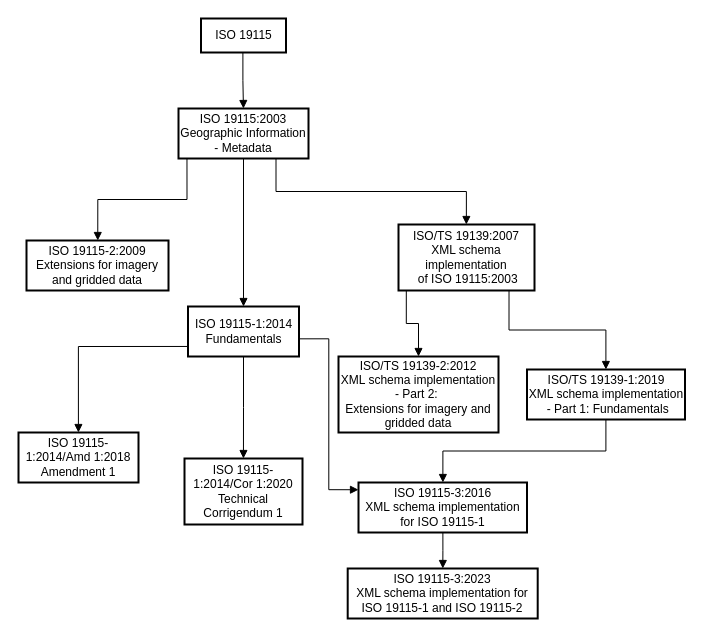
Above: metadata_flow.drawio in sudikin/local-sdi (draw.io), before the change. Source tidied: cells renumbered, new cells numbered last; positions are measured from the earlier drawing's top-left corner, leaving out a move shared by most shapes. Both pictures are drawn from the tidied source at 100%, with x=0, y=0 at pixel (18, 18).
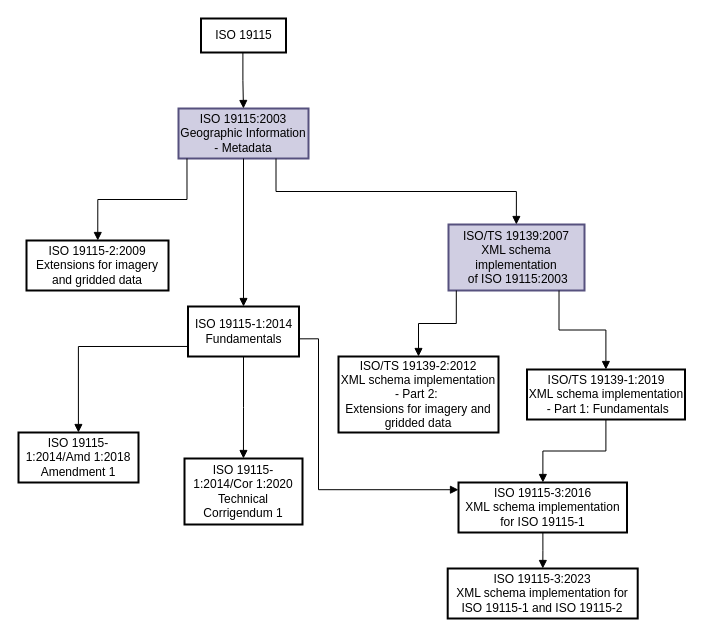
The same diagram, later.

Commit message:
Change in the colour of the box used by geonetwork

Unchanged cells that the change refers to:
```xml
<mxCell id="4" value="ISO 19115-1:2014&#10;Fundamentals" style="whiteSpace=wrap;strokeWidth=2;labelBackgroundColor=none;" parent="1" vertex="1">
  <mxGeometry x="169.5" y="288" width="111" height="50" as="geometry" />
</mxCell>
```

What changed in the source:
```diff
@@
-    <mxCell id="3" value="ISO 19115:2003&#10;Geographic Information - Metadata" style="whiteSpace=wrap;strokeWidth=2;labelBackgroundColor=none;" parent="1" vertex="1">
+    <mxCell id="3" value="ISO 19115:2003&#10;Geographic Information - Metadata" style="whiteSpace=wrap;strokeWidth=2;labelBackgroundColor=none;fillColor=#d0cee2;strokeColor=#56517e;" parent="1" vertex="1">
       <mxGeometry x="160" y="90" width="130" height="50" as="geometry" />
     </mxCell>
@@
-    <mxCell id="8" value="ISO/TS 19139:2007&#10;XML schema implementation&#10; of ISO 19115:2003" style="whiteSpace=wrap;strokeWidth=2;labelBackgroundColor=none;" parent="1" vertex="1">
-      <mxGeometry x="380" y="206" width="136" height="66" as="geometry" />
+    <mxCell id="8" value="ISO/TS 19139:2007&#10;XML schema implementation&#10; of ISO 19115:2003" style="whiteSpace=wrap;strokeWidth=2;labelBackgroundColor=none;fillColor=#d0cee2;strokeColor=#56517e;" parent="1" vertex="1">
+      <mxGeometry x="430" y="206" width="136" height="66" as="geometry" />
     </mxCell>
@@
     <mxCell id="11" value="ISO 19115-3:2016&#10;XML schema implementation for ISO 19115-1" style="whiteSpace=wrap;strokeWidth=2;labelBackgroundColor=none;" parent="1" vertex="1">
-      <mxGeometry x="340" y="464" width="168.5" height="50" as="geometry" />
+      <mxGeometry x="440" y="464" width="168.5" height="50" as="geometry" />
     </mxCell>
     <mxCell id="12" value="ISO 19115-3:2023&#10;XML schema implementation for ISO 19115-1 and ISO 19115-2" style="whiteSpace=wrap;strokeWidth=2;labelBackgroundColor=none;" parent="1" vertex="1">
-      <mxGeometry x="329.2" y="550" width="190" height="50" as="geometry" />
+      <mxGeometry x="429.2" y="550" width="190" height="50" as="geometry" />
     </mxCell>
@@
     <mxCell id="19" style="startArrow=none;endArrow=block;exitX=1.0012786645683454;exitY=0.6472470819938019;entryX=0.0004489272388059701;entryY=0.14491557331943114;rounded=0;labelBackgroundColor=none;fontColor=default;edgeStyle=orthogonalEdgeStyle;" parent="1" edge="1" source="4" target="11">
-      <mxGeometry relative="1" as="geometry" />
+      <mxGeometry relative="1" as="geometry">
+        <Array as="points">
+          <mxPoint x="300" y="320" />
+          <mxPoint x="300" y="471" />
+        </Array>
+      </mxGeometry>
     </mxCell>
```
